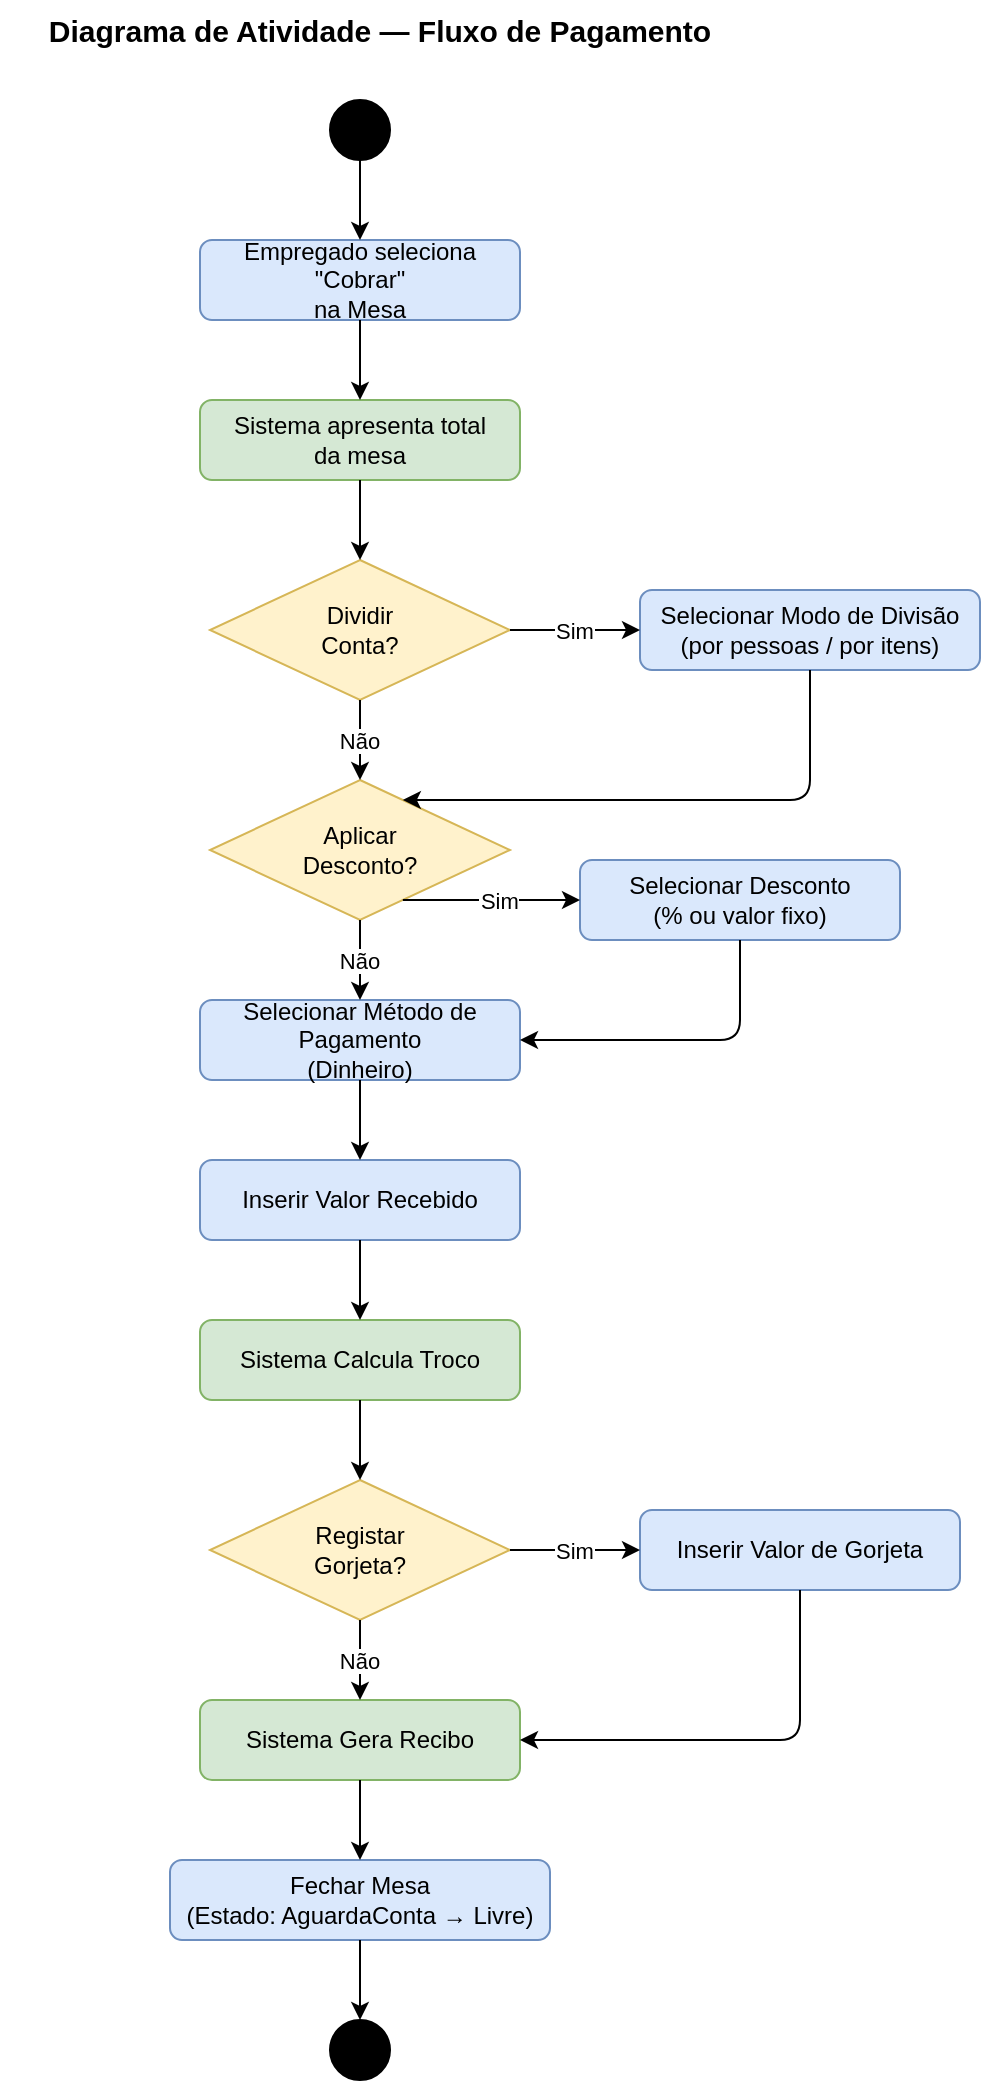
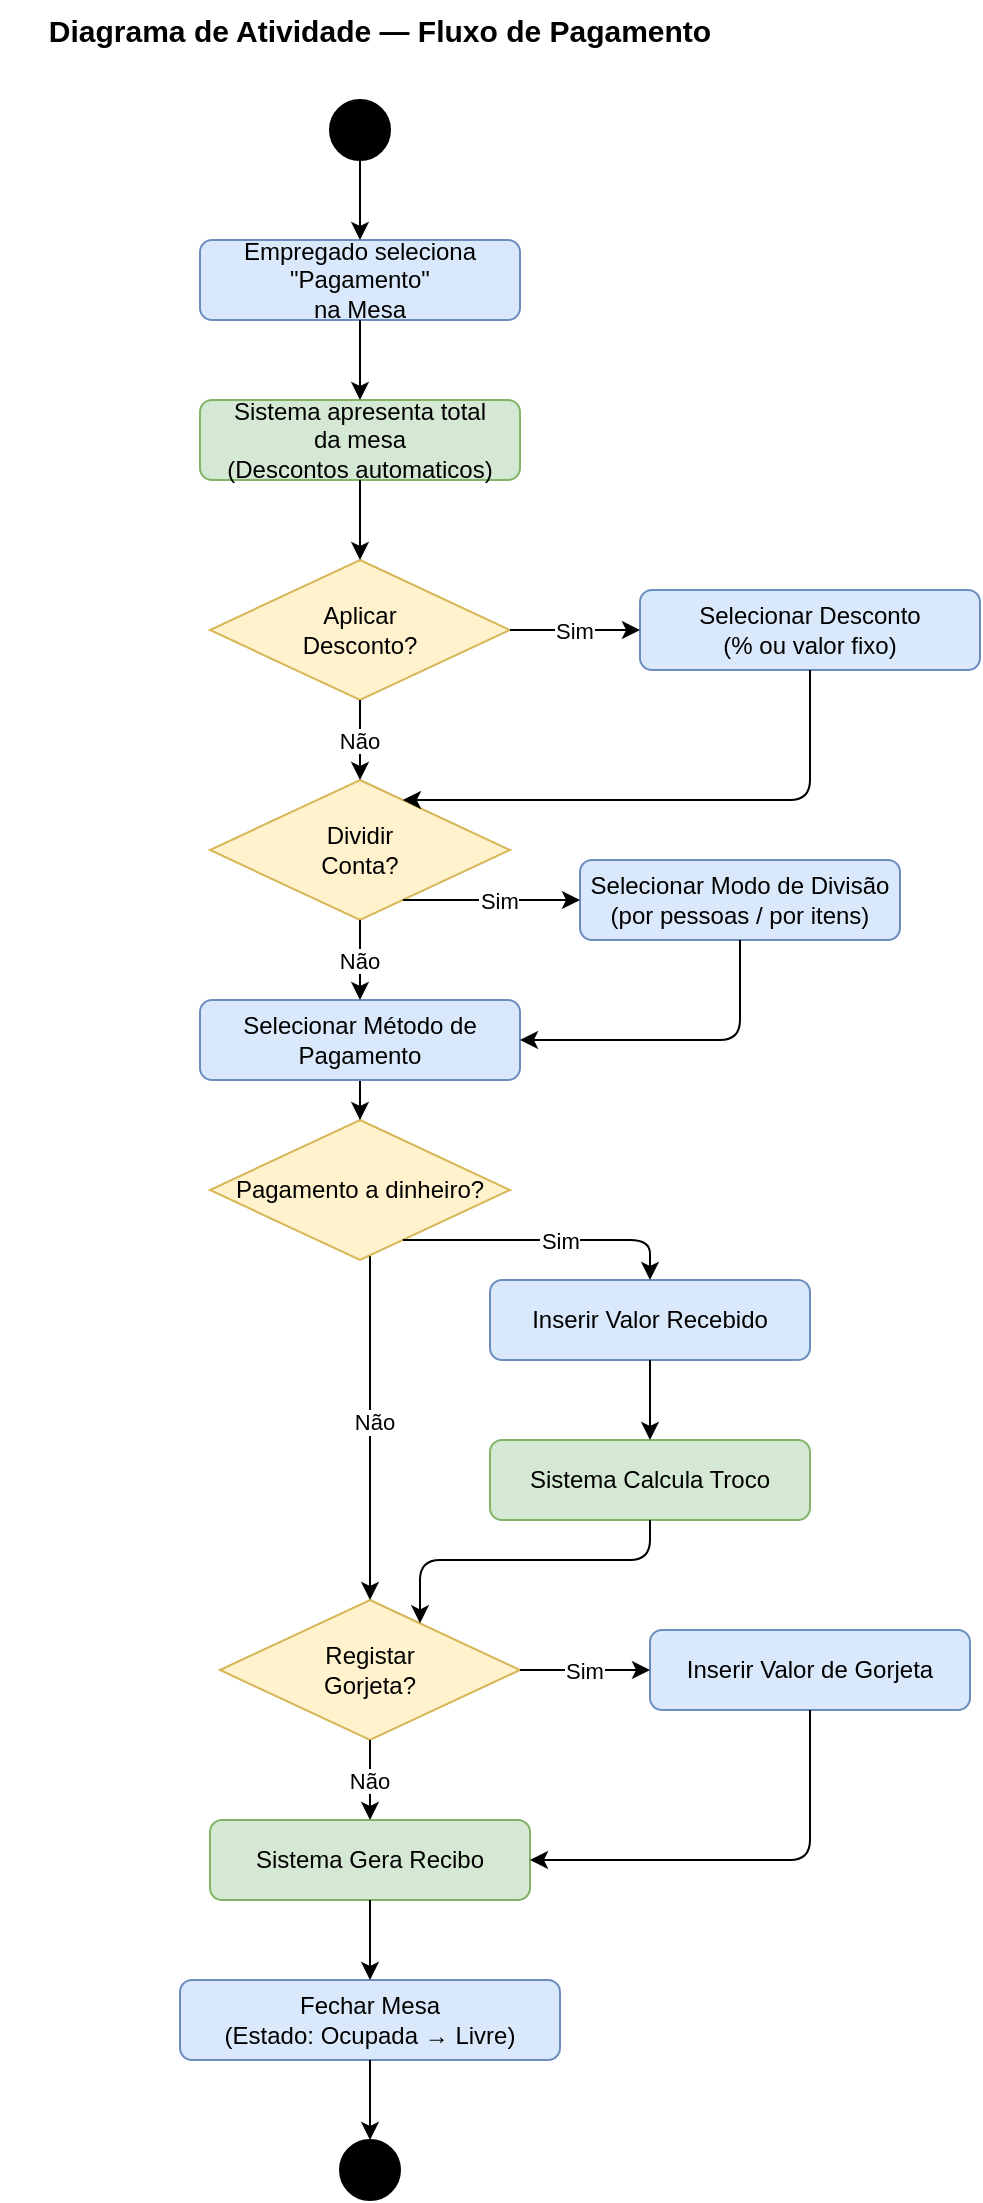
<mxfile host="Electron">
  <diagram id="zWEmGzQZ2ErBR5wI5Ncb" name="Page-1">
-     <mxGraphModel dx="665" dy="569" grid="1" gridSize="10" guides="1" tooltips="1" connect="1" arrows="1" fold="1" page="1" pageScale="1" pageWidth="850" pageHeight="1200" math="0" shadow="0">
+     <mxGraphModel dx="629" dy="764" grid="1" gridSize="10" guides="1" tooltips="1" connect="1" arrows="1" fold="1" page="1" pageScale="1" pageWidth="850" pageHeight="1200" math="0" shadow="0">
      <root>
        <mxCell id="0" />
        <mxCell id="1" parent="0" />
        <mxCell id="t1" parent="1" style="text;html=1;strokeColor=none;fillColor=none;align=center;verticalAlign=middle;whiteSpace=wrap;fontSize=15;fontStyle=1;" value="Diagrama de Atividade — Fluxo de Pagamento" vertex="1">
          <mxGeometry height="30" width="380" x="170" y="10" as="geometry" />
        </mxCell>
        <mxCell id="s1" parent="1" style="ellipse;aspect=fixed;fillColor=#000000;strokeColor=#000000;" value="" vertex="1">
          <mxGeometry height="30" width="30" x="335" y="60" as="geometry" />
        </mxCell>
-         <mxCell id="a1" parent="1" style="rounded=1;whiteSpace=wrap;html=1;fillColor=#dae8fc;strokeColor=#6c8ebf;" value="Empregado seleciona &quot;Cobrar&quot;&#xa;na Mesa" vertex="1">
+         <mxCell id="a1" parent="1" style="rounded=1;whiteSpace=wrap;html=1;fillColor=#dae8fc;strokeColor=#6c8ebf;" value="Empregado seleciona &quot;Pagamento&quot;&lt;br&gt;na Mesa" vertex="1">
          <mxGeometry height="40" width="160" x="270" y="130" as="geometry" />
        </mxCell>
-         <mxCell id="a2" parent="1" style="rounded=1;whiteSpace=wrap;html=1;fillColor=#d5e8d4;strokeColor=#82b366;" value="Sistema apresenta total&#xa;da mesa" vertex="1">
+         <mxCell id="a2" parent="1" style="rounded=1;whiteSpace=wrap;html=1;fillColor=#d5e8d4;strokeColor=#82b366;" value="Sistema apresenta total&lt;br&gt;da mesa&lt;div&gt;(Descontos automaticos)&lt;/div&gt;" vertex="1">
          <mxGeometry height="40" width="160" x="270" y="210" as="geometry" />
        </mxCell>
-         <mxCell id="d1" parent="1" style="rhombus;whiteSpace=wrap;html=1;fillColor=#fff2cc;strokeColor=#d6b656;" value="Dividir&#xa;Conta?" vertex="1">
+         <mxCell id="d1" parent="1" style="rhombus;whiteSpace=wrap;html=1;fillColor=#fff2cc;strokeColor=#d6b656;" value="Aplicar&lt;br&gt;Desconto?" vertex="1">
          <mxGeometry height="70" width="150" x="275" y="290" as="geometry" />
        </mxCell>
-         <mxCell id="a3" parent="1" style="rounded=1;whiteSpace=wrap;html=1;fillColor=#dae8fc;strokeColor=#6c8ebf;" value="Selecionar Modo de Divisão&#xa;(por pessoas / por itens)" vertex="1">
+         <mxCell id="a3" parent="1" style="rounded=1;whiteSpace=wrap;html=1;fillColor=#dae8fc;strokeColor=#6c8ebf;" value="Selecionar Desconto&lt;br&gt;(% ou valor fixo)" vertex="1">
          <mxGeometry height="40" width="170" x="490" y="305" as="geometry" />
        </mxCell>
-         <mxCell id="d2" parent="1" style="rhombus;whiteSpace=wrap;html=1;fillColor=#fff2cc;strokeColor=#d6b656;" value="Aplicar&#xa;Desconto?" vertex="1">
+         <mxCell id="d2" parent="1" style="rhombus;whiteSpace=wrap;html=1;fillColor=#fff2cc;strokeColor=#d6b656;" value="Dividir&lt;br&gt;Conta?" vertex="1">
          <mxGeometry height="70" width="150" x="275" y="400" as="geometry" />
        </mxCell>
-         <mxCell id="a4" parent="1" style="rounded=1;whiteSpace=wrap;html=1;fillColor=#dae8fc;strokeColor=#6c8ebf;" value="Selecionar Desconto&#xa;(% ou valor fixo)" vertex="1">
+         <mxCell id="a4" parent="1" style="rounded=1;whiteSpace=wrap;html=1;fillColor=#dae8fc;strokeColor=#6c8ebf;" value="Selecionar Modo de Divisão&lt;br&gt;(por pessoas / por itens)" vertex="1">
          <mxGeometry height="40" width="160" x="460" y="440" as="geometry" />
        </mxCell>
-         <mxCell id="a5" parent="1" style="rounded=1;whiteSpace=wrap;html=1;fillColor=#dae8fc;strokeColor=#6c8ebf;" value="Selecionar Método de Pagamento&#xa;(Dinheiro)" vertex="1">
+         <mxCell id="m4waD0mZ1-zzzyoCNx1N-5" edge="1" parent="1" source="a5" style="edgeStyle=orthogonalEdgeStyle;rounded=0;orthogonalLoop=1;jettySize=auto;html=1;" target="m4waD0mZ1-zzzyoCNx1N-3">
+           <mxGeometry relative="1" as="geometry" />
+         </mxCell>
+         <mxCell id="a5" parent="1" style="rounded=1;whiteSpace=wrap;html=1;fillColor=#dae8fc;strokeColor=#6c8ebf;" value="Selecionar Método de Pagamento" vertex="1">
          <mxGeometry height="40" width="160" x="270" y="510" as="geometry" />
        </mxCell>
        <mxCell id="a6" parent="1" style="rounded=1;whiteSpace=wrap;html=1;fillColor=#dae8fc;strokeColor=#6c8ebf;" value="Inserir Valor Recebido" vertex="1">
-           <mxGeometry height="40" width="160" x="270" y="590" as="geometry" />
+           <mxGeometry height="40" width="160" x="415" y="650" as="geometry" />
        </mxCell>
        <mxCell id="a7" parent="1" style="rounded=1;whiteSpace=wrap;html=1;fillColor=#d5e8d4;strokeColor=#82b366;" value="Sistema Calcula Troco" vertex="1">
-           <mxGeometry height="40" width="160" x="270" y="670" as="geometry" />
+           <mxGeometry height="40" width="160" x="415" y="730" as="geometry" />
        </mxCell>
        <mxCell id="d3" parent="1" style="rhombus;whiteSpace=wrap;html=1;fillColor=#fff2cc;strokeColor=#d6b656;" value="Registar&#xa;Gorjeta?" vertex="1">
-           <mxGeometry height="70" width="150" x="275" y="750" as="geometry" />
+           <mxGeometry height="70" width="150" x="280" y="810" as="geometry" />
        </mxCell>
        <mxCell id="a8" parent="1" style="rounded=1;whiteSpace=wrap;html=1;fillColor=#dae8fc;strokeColor=#6c8ebf;" value="Inserir Valor de Gorjeta" vertex="1">
-           <mxGeometry height="40" width="160" x="490" y="765" as="geometry" />
+           <mxGeometry height="40" width="160" x="495" y="825" as="geometry" />
        </mxCell>
        <mxCell id="a9" parent="1" style="rounded=1;whiteSpace=wrap;html=1;fillColor=#d5e8d4;strokeColor=#82b366;" value="Sistema Gera Recibo" vertex="1">
-           <mxGeometry height="40" width="160" x="270" y="860" as="geometry" />
+           <mxGeometry height="40" width="160" x="275" y="920" as="geometry" />
        </mxCell>
-         <mxCell id="a10" parent="1" style="rounded=1;whiteSpace=wrap;html=1;fillColor=#dae8fc;strokeColor=#6c8ebf;" value="Fechar Mesa&#xa;(Estado: AguardaConta → Livre)" vertex="1">
-           <mxGeometry height="40" width="190" x="255" y="940" as="geometry" />
+         <mxCell id="a10" parent="1" style="rounded=1;whiteSpace=wrap;html=1;fillColor=#dae8fc;strokeColor=#6c8ebf;" value="Fechar Mesa&lt;br&gt;(Estado: Ocupada → Livre)" vertex="1">
+           <mxGeometry height="40" width="190" x="260" y="1000" as="geometry" />
        </mxCell>
        <mxCell id="e1" parent="1" style="ellipse;aspect=fixed;fillColor=#000000;strokeColor=#000000;shape=doubleEllipse;" value="" vertex="1">
-           <mxGeometry height="30" width="30" x="335" y="1020" as="geometry" />
+           <mxGeometry height="30" width="30" x="340" y="1080" as="geometry" />
        </mxCell>
        <mxCell id="ed1" edge="1" parent="1" source="s1" target="a1">
          <mxGeometry relative="1" as="geometry" />
        </mxCell>
        <mxCell id="ed2" edge="1" parent="1" source="a1" target="a2">
          <mxGeometry relative="1" as="geometry" />
        </mxCell>
        <mxCell id="ed3" edge="1" parent="1" source="a2" target="d1">
          <mxGeometry relative="1" as="geometry" />
        </mxCell>
        <mxCell id="ed4" edge="1" parent="1" source="d1" target="a3" value="Sim">
          <mxGeometry relative="1" as="geometry" />
        </mxCell>
        <mxCell id="ed5" edge="1" parent="1" source="d1" target="d2" value="Não">
          <mxGeometry relative="1" as="geometry" />
        </mxCell>
        <mxCell id="ed6" edge="1" parent="1" source="a3" style="edgeStyle=orthogonalEdgeStyle;" target="d2">
          <mxGeometry relative="1" as="geometry">
            <Array as="points">
              <mxPoint x="575" y="410" />
            </Array>
          </mxGeometry>
        </mxCell>
        <mxCell id="ed7" edge="1" parent="1" source="d2" style="edgeStyle=orthogonalEdgeStyle;startArrow=none;startFill=0;" target="a4" value="Sim">
          <mxGeometry relative="1" x="0.1" as="geometry">
            <mxPoint as="offset" />
            <Array as="points">
              <mxPoint x="450" y="460" />
              <mxPoint x="450" y="460" />
            </Array>
          </mxGeometry>
        </mxCell>
        <mxCell id="ed8" edge="1" parent="1" source="d2" target="a5" value="Não">
          <mxGeometry relative="1" as="geometry" />
        </mxCell>
        <mxCell id="ed9" edge="1" parent="1" source="a4" style="edgeStyle=orthogonalEdgeStyle;" target="a5">
          <mxGeometry relative="1" as="geometry">
            <Array as="points">
              <mxPoint x="540" y="530" />
            </Array>
          </mxGeometry>
        </mxCell>
-         <mxCell id="ed10" edge="1" parent="1" source="a5" target="a6">
-           <mxGeometry relative="1" as="geometry" />
-         </mxCell>
        <mxCell id="ed11" edge="1" parent="1" source="a6" target="a7">
          <mxGeometry relative="1" as="geometry" />
        </mxCell>
-         <mxCell id="ed12" edge="1" parent="1" source="a7" target="d3">
-           <mxGeometry relative="1" as="geometry" />
+         <mxCell id="ed12" edge="1" parent="1" source="a7" style="edgeStyle=orthogonalEdgeStyle;" target="d3">
+           <mxGeometry relative="1" as="geometry">
+             <Array as="points">
+               <mxPoint x="495" y="790" />
+               <mxPoint x="380" y="790" />
+             </Array>
+           </mxGeometry>
        </mxCell>
        <mxCell id="ed13" edge="1" parent="1" source="d3" target="a8" value="Sim">
          <mxGeometry relative="1" as="geometry" />
        </mxCell>
        <mxCell id="ed14" edge="1" parent="1" source="d3" target="a9" value="Não">
          <mxGeometry relative="1" as="geometry" />
        </mxCell>
        <mxCell id="ed15" edge="1" parent="1" source="a8" style="edgeStyle=orthogonalEdgeStyle;" target="a9">
          <mxGeometry relative="1" as="geometry">
            <Array as="points">
-               <mxPoint x="570" y="880" />
+               <mxPoint x="575" y="940" />
            </Array>
          </mxGeometry>
        </mxCell>
        <mxCell id="ed16" edge="1" parent="1" source="a9" target="a10">
          <mxGeometry relative="1" as="geometry" />
        </mxCell>
        <mxCell id="ed17" edge="1" parent="1" source="a10" target="e1">
          <mxGeometry relative="1" as="geometry" />
        </mxCell>
+         <mxCell id="m4waD0mZ1-zzzyoCNx1N-6" edge="1" parent="1" source="m4waD0mZ1-zzzyoCNx1N-3" style="edgeStyle=orthogonalEdgeStyle;rounded=0;orthogonalLoop=1;jettySize=auto;html=1;" target="d3">
+           <mxGeometry relative="1" as="geometry">
+             <Array as="points">
+               <mxPoint x="355" y="680" />
+               <mxPoint x="355" y="680" />
+             </Array>
+           </mxGeometry>
+         </mxCell>
+         <mxCell id="m4waD0mZ1-zzzyoCNx1N-7" connectable="0" parent="m4waD0mZ1-zzzyoCNx1N-6" style="edgeLabel;html=1;align=center;verticalAlign=middle;resizable=0;points=[];" value="Não" vertex="1">
+           <mxGeometry relative="1" x="-0.0352" y="2" as="geometry">
+             <mxPoint as="offset" />
+           </mxGeometry>
+         </mxCell>
+         <mxCell id="m4waD0mZ1-zzzyoCNx1N-3" parent="1" style="rhombus;whiteSpace=wrap;html=1;fillColor=#fff2cc;strokeColor=#d6b656;" value="Pagamento a dinheiro?" vertex="1">
+           <mxGeometry height="70" width="150" x="275" y="570" as="geometry" />
+         </mxCell>
+         <mxCell id="m4waD0mZ1-zzzyoCNx1N-4" edge="1" parent="1" source="m4waD0mZ1-zzzyoCNx1N-3" style="startArrow=none;startFill=0;edgeStyle=orthogonalEdgeStyle;" target="a6" value="Sim">
+           <mxGeometry relative="1" x="0.1" as="geometry">
+             <mxPoint as="offset" />
+             <Array as="points">
+               <mxPoint x="495" y="630" />
+             </Array>
+             <mxPoint x="480" y="610" as="sourcePoint" />
+             <mxPoint x="569" y="610" as="targetPoint" />
+           </mxGeometry>
+         </mxCell>
      </root>
    </mxGraphModel>
  </diagram>
</mxfile>
